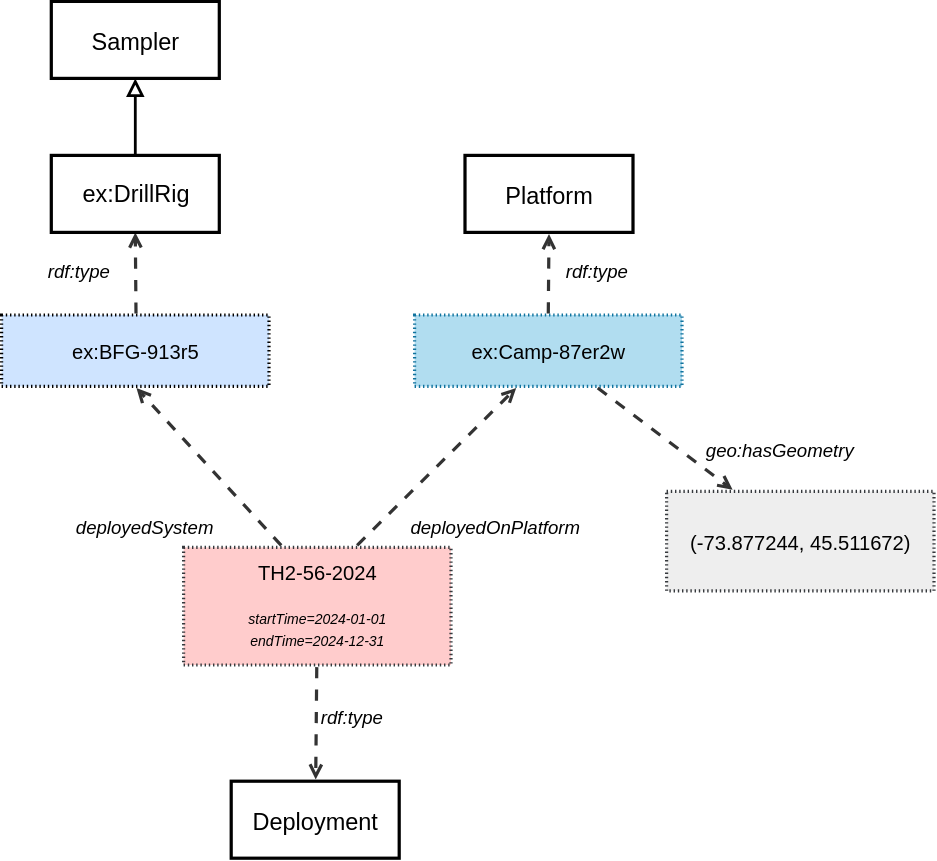
Earlier version of the draw.io export ssn/images/LocatedDeployment.svg (w3c/sdw-sosa-ssn). Source tidied: cells renumbered, new cells last; positions are measured from the earlier drawing's top-left corner, leaving out a move shared by most shapes.
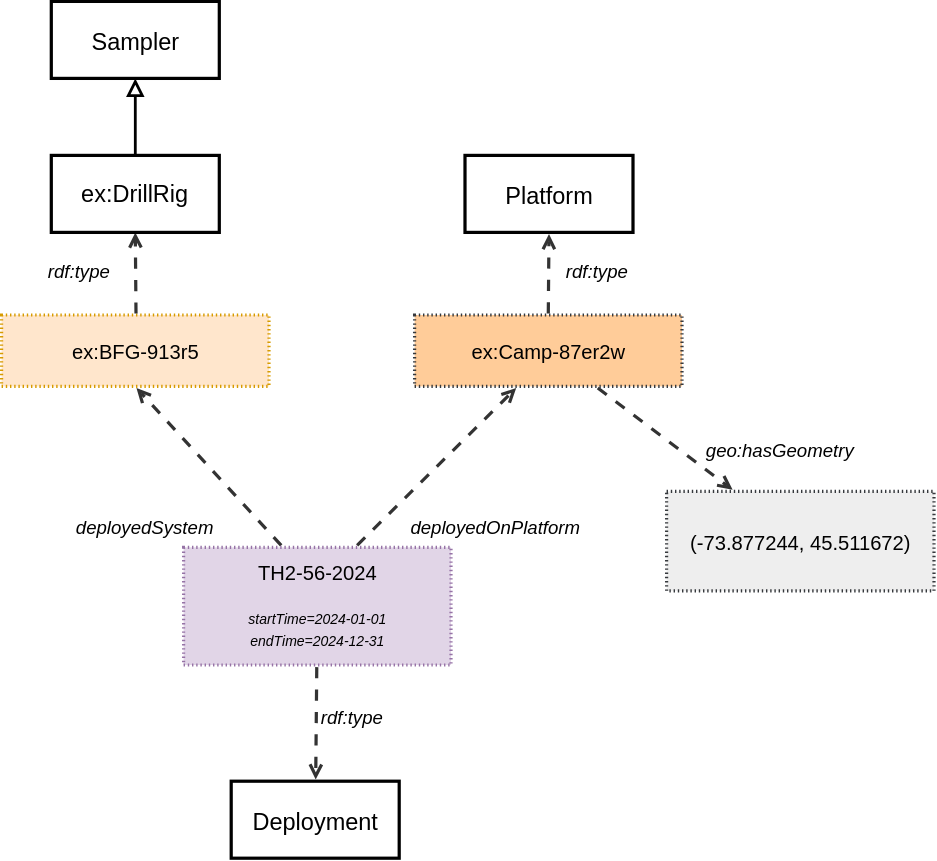
The same diagram one commit later.

Change to the diagram source:
```diff
@@ -10,10 +10,10 @@
     <mxCell id="3" style="html=1;jettySize=18;whiteSpace=wrap;fontSize=13;strokeColor=#333333;strokeOpacity=100;dashed=1;fixDash=1;dashPattern=8 8;strokeWidth=2.3;rounded=0;startArrow=none;endArrow=open;exitX=0.649;exitY=-0.018;exitPerimeter=0;entryX=0.38;entryY=1.022;entryPerimeter=0;lucidId=sctLJVu9iMUp;fontColor=default;convertToSvg=1;fontFamily=Helvetica;" parent="1" edge="1" source="5" target="4">
       <mxGeometry relative="1" as="geometry" />
     </mxCell>
-    <mxCell id="4" value="&lt;span style=&quot;&quot;&gt;ex:Camp-87er2w&lt;/span&gt;" style="html=1;overflow=block;blockSpacing=1;whiteSpace=wrap;fontSize=14.4;fontFamily=Helvetica;align=center;spacing=0;strokeOpacity=100;fillOpacity=100;fillColor=#b1ddf0;dashed=1;fixDash=1;dashPattern=1 2;strokeWidth=2.3;convertToSvg=1;strokeColor=#10739e;" parent="1" vertex="1">
+    <mxCell id="4" value="&lt;span style=&quot;&quot;&gt;ex:Camp-87er2w&lt;/span&gt;" style="html=1;overflow=block;blockSpacing=1;whiteSpace=wrap;fontSize=14.4;fontFamily=Helvetica;align=center;spacing=0;strokeOpacity=100;fillOpacity=100;fillColor=#ffcc99;dashed=1;fixDash=1;dashPattern=1 2;strokeWidth=2.3;convertToSvg=1;strokeColor=#36393d;" parent="1" vertex="1">
       <mxGeometry x="295" y="224" width="191" height="51" as="geometry" />
     </mxCell>
-    <mxCell id="5" value="&lt;div style=&quot;display: flex; justify-content: center; text-align: center; align-items: baseline; font-size: 0; line-height: 1.25;margin-top: -2px;&quot;&gt;&lt;span&gt;&lt;span style=&quot;font-size: 14.4px;&quot;&gt;&lt;font&gt;TH2-56-2024&lt;br&gt;&lt;/font&gt;&lt;/span&gt;&lt;/span&gt;&lt;/div&gt;&lt;div style=&quot;display: flex; justify-content: center; text-align: center; align-items: baseline; font-size: 0; line-height: 1.25;margin-top: -2px;&quot;&gt;&lt;span&gt;&lt;span style=&quot;font-size: 13px;&quot;&gt;&lt;span style=&quot;font-size: 10px; font-style: italic;&quot;&gt;&lt;font style=&quot;line-height: 105%;&quot;&gt;startTime=2024-01-01&lt;br&gt;endTime=2024-12-31&lt;/font&gt;&lt;/span&gt;&lt;/span&gt;&lt;/span&gt;&lt;/div&gt;" style="align=center;whiteSpace=wrap;overflow=block;blockSpacing=1;html=1;fontFamily=Helvetica;fontSize=13;spacing=0;strokeOpacity=100;fillOpacity=100;fillColor=#ffcccc;dashed=1;fixDash=1;dashPattern=1 2;strokeWidth=2.3;strokeColor=#36393d;convertToSvg=1;" parent="1" vertex="1">
+    <mxCell id="5" value="&lt;div style=&quot;display: flex; justify-content: center; text-align: center; align-items: baseline; font-size: 0; line-height: 1.25;margin-top: -2px;&quot;&gt;&lt;span&gt;&lt;span style=&quot;font-size: 14.4px;&quot;&gt;&lt;font&gt;TH2-56-2024&lt;br&gt;&lt;/font&gt;&lt;/span&gt;&lt;/span&gt;&lt;/div&gt;&lt;div style=&quot;display: flex; justify-content: center; text-align: center; align-items: baseline; font-size: 0; line-height: 1.25;margin-top: -2px;&quot;&gt;&lt;span&gt;&lt;span style=&quot;font-size: 13px;&quot;&gt;&lt;span style=&quot;font-size: 10px; font-style: italic;&quot;&gt;&lt;font style=&quot;line-height: 105%;&quot;&gt;startTime=2024-01-01&lt;br&gt;endTime=2024-12-31&lt;/font&gt;&lt;/span&gt;&lt;/span&gt;&lt;/span&gt;&lt;/div&gt;" style="align=center;whiteSpace=wrap;overflow=block;blockSpacing=1;html=1;fontFamily=Helvetica;fontSize=13;spacing=0;strokeOpacity=100;fillOpacity=100;fillColor=#e1d5e7;dashed=1;fixDash=1;dashPattern=1 2;strokeWidth=2.3;strokeColor=#9673a6;convertToSvg=1;" parent="1" vertex="1">
       <mxGeometry x="130" y="390" width="191" height="84" as="geometry" />
     </mxCell>
     <mxCell id="6" value="Platform" style="html=1;overflow=block;blockSpacing=1;whiteSpace=wrap;fontSize=16.8;fontColor=default;fontStyle=0;align=center;spacing=0;strokeOpacity=100;fillOpacity=0;fillColor=#000000;strokeWidth=2.3;convertToSvg=1;fontFamily=Helvetica;" parent="1" vertex="1">
@@ -49,7 +49,7 @@
     <mxCell id="16" value="geo:hasGeometry" style="html=1;overflow=block;blockSpacing=1;whiteSpace=wrap;fontSize=13.3;fontStyle=2;align=left;spacing=3.8;verticalAlign=top;strokeColor=none;fillOpacity=0;fillColor=#ffffff;dashed=1;fixDash=1;dashPattern=16 6;strokeWidth=0;lucidId=.YtLANzjclbX;fontColor=default;convertToSvg=1;fontFamily=Helvetica;" parent="1" vertex="1">
       <mxGeometry x="500" y="310" width="101" height="24" as="geometry" />
     </mxCell>
-    <mxCell id="17" value="&lt;font&gt;ex:BFG-913r5&lt;/font&gt;" style="html=1;overflow=block;blockSpacing=1;whiteSpace=wrap;fontSize=14.4;fontFamily=Helvetica;fontColor=default;align=center;spacing=0;strokeOpacity=100;fillOpacity=100;fillColor=#cfe4ff;dashed=1;fixDash=1;dashPattern=1 2;strokeWidth=2.3;convertToSvg=1;" parent="1" vertex="1">
+    <mxCell id="17" value="&lt;font&gt;ex:BFG-913r5&lt;/font&gt;" style="html=1;overflow=block;blockSpacing=1;whiteSpace=wrap;fontSize=14.4;fontFamily=Helvetica;align=center;spacing=0;strokeOpacity=100;fillOpacity=100;fillColor=#ffe6cc;dashed=1;fixDash=1;dashPattern=1 2;strokeWidth=2.3;convertToSvg=1;strokeColor=#d79b00;" parent="1" vertex="1">
       <mxGeometry y="224" width="191" height="51" as="geometry" />
     </mxCell>
     <mxCell id="18" value="Sampler" style="html=1;overflow=block;blockSpacing=1;whiteSpace=wrap;fontSize=16.8;fontColor=default;fontStyle=0;align=center;spacing=0;strokeOpacity=100;fillOpacity=0;fillColor=#000000;strokeWidth=2.3;convertToSvg=1;fontFamily=Helvetica;" parent="1" vertex="1">
```
